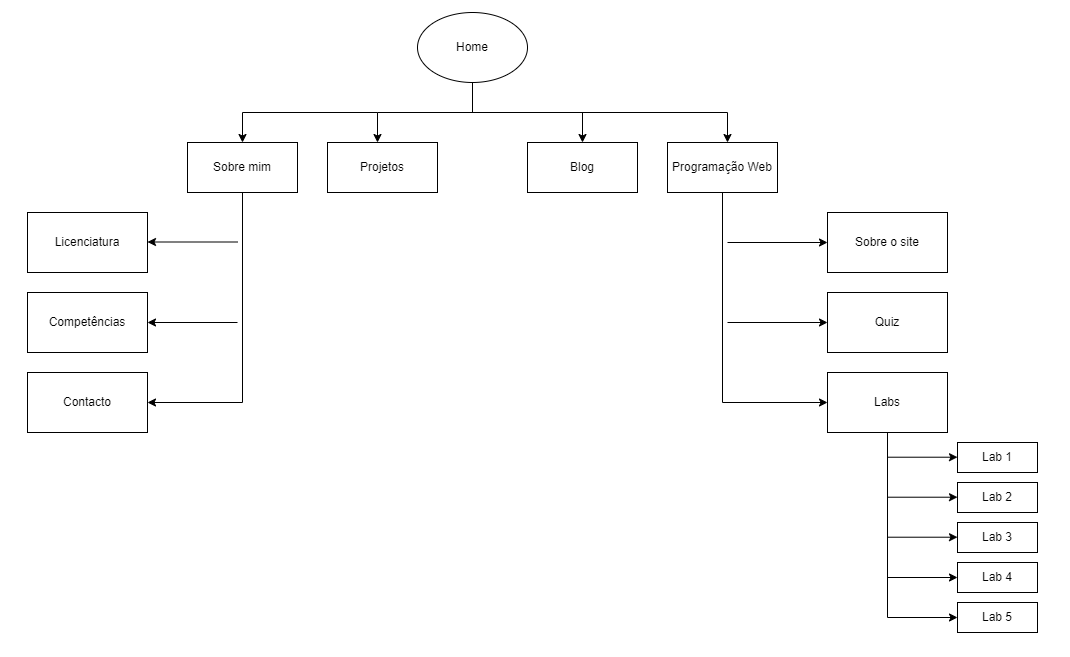
The draw.io diagram portfolio/static/portfolio/images/mapa.png in felipegbandeira/pw-portfolio, before a commit. Source tidied: cells renumbered, new cells last; positions are measured from the earlier drawing's top-left corner, leaving out a move shared by most shapes. Its diagram source:
```xml
<mxGraphModel>
  <root>
    <mxCell id="0" />
    <mxCell id="1" parent="0" />
    <mxCell id="2" style="edgeStyle=orthogonalEdgeStyle;rounded=0;jettySize=auto;html=1;" parent="1" edge="1" source="3" target="5">
      <mxGeometry relative="1" as="geometry" />
    </mxCell>
    <mxCell id="3" value="Home" style="ellipse;whiteSpace=wrap;html=1;&#10;background-color: red;" parent="1" vertex="1">
      <mxGeometry x="390" width="110" height="70" as="geometry" />
    </mxCell>
    <mxCell id="4" value="Sobre mim" style="rounded=0;whiteSpace=wrap;html=1;" parent="1" vertex="1">
      <mxGeometry x="160" y="130" width="110" height="50" as="geometry" />
    </mxCell>
    <mxCell id="5" value="Blog" style="rounded=0;whiteSpace=wrap;html=1;" parent="1" vertex="1">
      <mxGeometry x="500" y="130" width="110" height="50" as="geometry" />
    </mxCell>
    <mxCell id="6" value="Projetos" style="rounded=0;whiteSpace=wrap;html=1;" parent="1" vertex="1">
      <mxGeometry x="300" y="130" width="110" height="50" as="geometry" />
    </mxCell>
    <mxCell id="7" value="Programação Web" style="rounded=0;whiteSpace=wrap;html=1;" parent="1" vertex="1">
      <mxGeometry x="640" y="130" width="110" height="50" as="geometry" />
    </mxCell>
    <mxCell id="8" style="endArrow=classic;html=1;rounded=0;" parent="1" edge="1">
      <mxGeometry relative="1" as="geometry">
        <mxPoint x="450" y="100" as="sourcePoint" />
        <mxPoint x="350" y="130" as="targetPoint" />
        <Array as="points">
          <mxPoint x="350" y="100" />
        </Array>
      </mxGeometry>
    </mxCell>
    <mxCell id="9" style="endArrow=classic;html=1;rounded=0;entryX=0.5;entryY=0;entryDx=0;entryDy=0;" parent="1" edge="1" target="4">
      <mxGeometry relative="1" as="geometry">
        <mxPoint x="350" y="100" as="sourcePoint" />
        <Array as="points">
          <mxPoint x="215" y="100" />
        </Array>
      </mxGeometry>
    </mxCell>
    <mxCell id="10" style="endArrow=classic;html=1;rounded=0;" parent="1" edge="1">
      <mxGeometry relative="1" as="geometry">
        <mxPoint x="550" y="100" as="sourcePoint" />
        <mxPoint x="700" y="130" as="targetPoint" />
        <Array as="points">
          <mxPoint x="700" y="100" />
        </Array>
      </mxGeometry>
    </mxCell>
    <mxCell id="11" value="Sobre o site" style="rounded=0;whiteSpace=wrap;html=1;" parent="1" vertex="1">
      <mxGeometry x="800" y="200" width="120" height="60" as="geometry" />
    </mxCell>
    <mxCell id="12" value="Labs" style="rounded=0;whiteSpace=wrap;html=1;" parent="1" vertex="1">
      <mxGeometry x="800" y="360" width="120" height="60" as="geometry" />
    </mxCell>
    <mxCell id="13" value="Quiz" style="rounded=0;whiteSpace=wrap;html=1;" parent="1" vertex="1">
      <mxGeometry x="800" y="280" width="120" height="60" as="geometry" />
    </mxCell>
    <mxCell id="14" value="Licenciatura" style="rounded=0;whiteSpace=wrap;html=1;" parent="1" vertex="1">
      <mxGeometry y="200" width="120" height="60" as="geometry" />
    </mxCell>
    <mxCell id="15" value="Contacto" style="rounded=0;whiteSpace=wrap;html=1;" parent="1" vertex="1">
      <mxGeometry y="360" width="120" height="60" as="geometry" />
    </mxCell>
    <mxCell id="16" value="Competências" style="rounded=0;whiteSpace=wrap;html=1;" parent="1" vertex="1">
      <mxGeometry y="280" width="120" height="60" as="geometry" />
    </mxCell>
    <mxCell id="17" style="endArrow=classic;html=1;rounded=0;entryX=1;entryY=0.5;entryDx=0;entryDy=0;exitX=0.5;exitY=1;exitDx=0;exitDy=0;" parent="1" edge="1" source="4" target="15">
      <mxGeometry relative="1" as="geometry">
        <Array as="points">
          <mxPoint x="215" y="390" />
        </Array>
      </mxGeometry>
    </mxCell>
    <mxCell id="18" style="endArrow=classic;html=1;rounded=0;entryX=1;entryY=0.5;entryDx=0;entryDy=0;" parent="1" edge="1" target="16">
      <mxGeometry relative="1" as="geometry">
        <mxPoint x="210" y="310" as="sourcePoint" />
      </mxGeometry>
    </mxCell>
    <mxCell id="19" style="endArrow=classic;html=1;rounded=0;entryX=1;entryY=0.5;entryDx=0;entryDy=0;" parent="1" edge="1">
      <mxGeometry relative="1" as="geometry">
        <mxPoint x="210" y="229.5" as="sourcePoint" />
        <mxPoint x="120" y="229.5" as="targetPoint" />
      </mxGeometry>
    </mxCell>
    <mxCell id="20" style="endArrow=classic;html=1;rounded=0;entryX=0;entryY=0.5;entryDx=0;entryDy=0;exitX=0.5;exitY=1;exitDx=0;exitDy=0;" parent="1" edge="1" target="12">
      <mxGeometry relative="1" as="geometry">
        <mxPoint x="695" y="180" as="sourcePoint" />
        <Array as="points">
          <mxPoint x="695" y="390" />
        </Array>
      </mxGeometry>
    </mxCell>
    <mxCell id="21" style="endArrow=classic;html=1;rounded=0;entryX=0;entryY=0.5;entryDx=0;entryDy=0;" parent="1" edge="1" target="13">
      <mxGeometry relative="1" as="geometry">
        <mxPoint x="700" y="310" as="sourcePoint" />
      </mxGeometry>
    </mxCell>
    <mxCell id="22" style="endArrow=classic;html=1;rounded=0;entryX=0;entryY=0.5;entryDx=0;entryDy=0;" parent="1" edge="1" target="11">
      <mxGeometry relative="1" as="geometry">
        <mxPoint x="700" y="230" as="sourcePoint" />
      </mxGeometry>
    </mxCell>
    <mxCell id="23" value="Lab 1" style="rounded=0;whiteSpace=wrap;html=1;" parent="1" vertex="1">
      <mxGeometry x="930" y="430" width="80" height="30" as="geometry" />
    </mxCell>
    <mxCell id="24" value="Lab 2" style="rounded=0;whiteSpace=wrap;html=1;" parent="1" vertex="1">
      <mxGeometry x="930" y="470" width="80" height="30" as="geometry" />
    </mxCell>
    <mxCell id="25" value="Lab 3" style="rounded=0;whiteSpace=wrap;html=1;" parent="1" vertex="1">
      <mxGeometry x="930" y="510" width="80" height="30" as="geometry" />
    </mxCell>
    <mxCell id="26" value="Lab 4" style="rounded=0;whiteSpace=wrap;html=1;" parent="1" vertex="1">
      <mxGeometry x="930" y="550" width="80" height="30" as="geometry" />
    </mxCell>
    <mxCell id="27" value="Lab 5" style="rounded=0;whiteSpace=wrap;html=1;" parent="1" vertex="1">
      <mxGeometry x="930" y="590" width="80" height="30" as="geometry" />
    </mxCell>
    <mxCell id="28" style="endArrow=classic;html=1;rounded=0;exitX=0.5;exitY=1;exitDx=0;exitDy=0;entryX=0;entryY=0.5;entryDx=0;entryDy=0;" parent="1" edge="1" source="12" target="27">
      <mxGeometry relative="1" as="geometry">
        <Array as="points">
          <mxPoint x="860" y="605" />
        </Array>
      </mxGeometry>
    </mxCell>
    <mxCell id="29" style="endArrow=classic;html=1;rounded=0;entryX=0;entryY=0.5;entryDx=0;entryDy=0;" parent="1" edge="1" target="26">
      <mxGeometry relative="1" as="geometry">
        <mxPoint x="860" y="565" as="sourcePoint" />
      </mxGeometry>
    </mxCell>
    <mxCell id="30" style="endArrow=classic;html=1;rounded=0;entryX=0;entryY=0.5;entryDx=0;entryDy=0;" parent="1" edge="1">
      <mxGeometry relative="1" as="geometry">
        <mxPoint x="860" y="524.7" as="sourcePoint" />
        <mxPoint x="930" y="524.7" as="targetPoint" />
      </mxGeometry>
    </mxCell>
    <mxCell id="31" style="endArrow=classic;html=1;rounded=0;entryX=0;entryY=0.5;entryDx=0;entryDy=0;" parent="1" edge="1">
      <mxGeometry relative="1" as="geometry">
        <mxPoint x="860" y="484.7" as="sourcePoint" />
        <mxPoint x="930" y="484.7" as="targetPoint" />
      </mxGeometry>
    </mxCell>
    <mxCell id="32" style="endArrow=classic;html=1;rounded=0;entryX=0;entryY=0.5;entryDx=0;entryDy=0;" parent="1" edge="1">
      <mxGeometry relative="1" as="geometry">
        <mxPoint x="860" y="444.7" as="sourcePoint" />
        <mxPoint x="930" y="444.7" as="targetPoint" />
      </mxGeometry>
    </mxCell>
  </root>
</mxGraphModel>
```
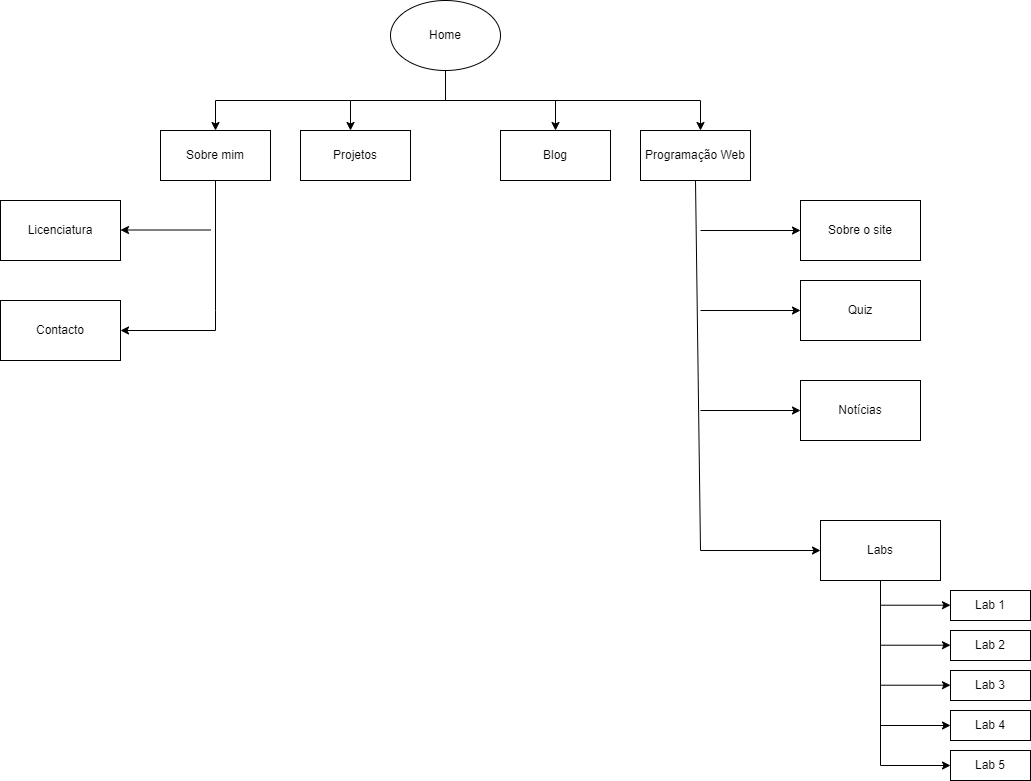
After the commit.

The edit, as a diff of the source:
```diff
@@ -50,7 +50,7 @@
       <mxGeometry x="800" y="200" width="120" height="60" as="geometry" />
     </mxCell>
     <mxCell id="12" value="Labs" style="rounded=0;whiteSpace=wrap;html=1;" parent="1" vertex="1">
-      <mxGeometry x="800" y="360" width="120" height="60" as="geometry" />
+      <mxGeometry x="820" y="520" width="120" height="60" as="geometry" />
     </mxCell>
     <mxCell id="13" value="Quiz" style="rounded=0;whiteSpace=wrap;html=1;" parent="1" vertex="1">
       <mxGeometry x="800" y="280" width="120" height="60" as="geometry" />
@@ -59,23 +59,16 @@
       <mxGeometry y="200" width="120" height="60" as="geometry" />
     </mxCell>
     <mxCell id="15" value="Contacto" style="rounded=0;whiteSpace=wrap;html=1;" parent="1" vertex="1">
-      <mxGeometry y="360" width="120" height="60" as="geometry" />
+      <mxGeometry y="300" width="120" height="60" as="geometry" />
     </mxCell>
-    <mxCell id="16" value="Competências" style="rounded=0;whiteSpace=wrap;html=1;" parent="1" vertex="1">
-      <mxGeometry y="280" width="120" height="60" as="geometry" />
-    </mxCell>
     <mxCell id="17" style="endArrow=classic;html=1;rounded=0;entryX=1;entryY=0.5;entryDx=0;entryDy=0;exitX=0.5;exitY=1;exitDx=0;exitDy=0;" parent="1" edge="1" source="4" target="15">
       <mxGeometry relative="1" as="geometry">
         <Array as="points">
-          <mxPoint x="215" y="390" />
+          <mxPoint x="215" y="310" />
+          <mxPoint x="215" y="330" />
         </Array>
       </mxGeometry>
     </mxCell>
-    <mxCell id="18" style="endArrow=classic;html=1;rounded=0;entryX=1;entryY=0.5;entryDx=0;entryDy=0;" parent="1" edge="1" target="16">
-      <mxGeometry relative="1" as="geometry">
-        <mxPoint x="210" y="310" as="sourcePoint" />
-      </mxGeometry>
-    </mxCell>
     <mxCell id="19" style="endArrow=classic;html=1;rounded=0;entryX=1;entryY=0.5;entryDx=0;entryDy=0;" parent="1" edge="1">
       <mxGeometry relative="1" as="geometry">
         <mxPoint x="210" y="229.5" as="sourcePoint" />
@@ -86,7 +79,7 @@
       <mxGeometry relative="1" as="geometry">
         <mxPoint x="695" y="180" as="sourcePoint" />
         <Array as="points">
-          <mxPoint x="695" y="390" />
+          <mxPoint x="700" y="550" />
         </Array>
       </mxGeometry>
     </mxCell>
@@ -101,49 +94,57 @@
       </mxGeometry>
     </mxCell>
     <mxCell id="23" value="Lab 1" style="rounded=0;whiteSpace=wrap;html=1;" parent="1" vertex="1">
-      <mxGeometry x="930" y="430" width="80" height="30" as="geometry" />
+      <mxGeometry x="950" y="590" width="80" height="30" as="geometry" />
     </mxCell>
     <mxCell id="24" value="Lab 2" style="rounded=0;whiteSpace=wrap;html=1;" parent="1" vertex="1">
-      <mxGeometry x="930" y="470" width="80" height="30" as="geometry" />
+      <mxGeometry x="950" y="630" width="80" height="30" as="geometry" />
     </mxCell>
     <mxCell id="25" value="Lab 3" style="rounded=0;whiteSpace=wrap;html=1;" parent="1" vertex="1">
-      <mxGeometry x="930" y="510" width="80" height="30" as="geometry" />
+      <mxGeometry x="950" y="670" width="80" height="30" as="geometry" />
     </mxCell>
     <mxCell id="26" value="Lab 4" style="rounded=0;whiteSpace=wrap;html=1;" parent="1" vertex="1">
-      <mxGeometry x="930" y="550" width="80" height="30" as="geometry" />
+      <mxGeometry x="950" y="710" width="80" height="30" as="geometry" />
     </mxCell>
     <mxCell id="27" value="Lab 5" style="rounded=0;whiteSpace=wrap;html=1;" parent="1" vertex="1">
-      <mxGeometry x="930" y="590" width="80" height="30" as="geometry" />
+      <mxGeometry x="950" y="750" width="80" height="30" as="geometry" />
     </mxCell>
     <mxCell id="28" style="endArrow=classic;html=1;rounded=0;exitX=0.5;exitY=1;exitDx=0;exitDy=0;entryX=0;entryY=0.5;entryDx=0;entryDy=0;" parent="1" edge="1" source="12" target="27">
       <mxGeometry relative="1" as="geometry">
         <Array as="points">
-          <mxPoint x="860" y="605" />
+          <mxPoint x="880" y="765" />
         </Array>
       </mxGeometry>
     </mxCell>
     <mxCell id="29" style="endArrow=classic;html=1;rounded=0;entryX=0;entryY=0.5;entryDx=0;entryDy=0;" parent="1" edge="1" target="26">
       <mxGeometry relative="1" as="geometry">
-        <mxPoint x="860" y="565" as="sourcePoint" />
+        <mxPoint x="880" y="725" as="sourcePoint" />
       </mxGeometry>
     </mxCell>
     <mxCell id="30" style="endArrow=classic;html=1;rounded=0;entryX=0;entryY=0.5;entryDx=0;entryDy=0;" parent="1" edge="1">
       <mxGeometry relative="1" as="geometry">
-        <mxPoint x="860" y="524.7" as="sourcePoint" />
-        <mxPoint x="930" y="524.7" as="targetPoint" />
+        <mxPoint x="880" y="684.7" as="sourcePoint" />
+        <mxPoint x="950" y="684.7" as="targetPoint" />
       </mxGeometry>
     </mxCell>
     <mxCell id="31" style="endArrow=classic;html=1;rounded=0;entryX=0;entryY=0.5;entryDx=0;entryDy=0;" parent="1" edge="1">
       <mxGeometry relative="1" as="geometry">
-        <mxPoint x="860" y="484.7" as="sourcePoint" />
-        <mxPoint x="930" y="484.7" as="targetPoint" />
+        <mxPoint x="880" y="644.7" as="sourcePoint" />
+        <mxPoint x="950" y="644.7" as="targetPoint" />
       </mxGeometry>
     </mxCell>
     <mxCell id="32" style="endArrow=classic;html=1;rounded=0;entryX=0;entryY=0.5;entryDx=0;entryDy=0;" parent="1" edge="1">
       <mxGeometry relative="1" as="geometry">
-        <mxPoint x="860" y="444.7" as="sourcePoint" />
-        <mxPoint x="930" y="444.7" as="targetPoint" />
+        <mxPoint x="880" y="604.7" as="sourcePoint" />
+        <mxPoint x="950" y="604.7" as="targetPoint" />
       </mxGeometry>
     </mxCell>
+    <mxCell id="33" value="Notícias" style="rounded=0;whiteSpace=wrap;html=1;" parent="1" vertex="1">
+      <mxGeometry x="800" y="380" width="120" height="60" as="geometry" />
+    </mxCell>
+    <mxCell id="34" style="endArrow=classic;html=1;rounded=0;entryX=0;entryY=0.5;entryDx=0;entryDy=0;" parent="1" edge="1" target="33">
+      <mxGeometry relative="1" as="geometry">
+        <mxPoint x="700" y="410" as="sourcePoint" />
+      </mxGeometry>
+    </mxCell>
   </root>
 </mxGraphModel>
```
